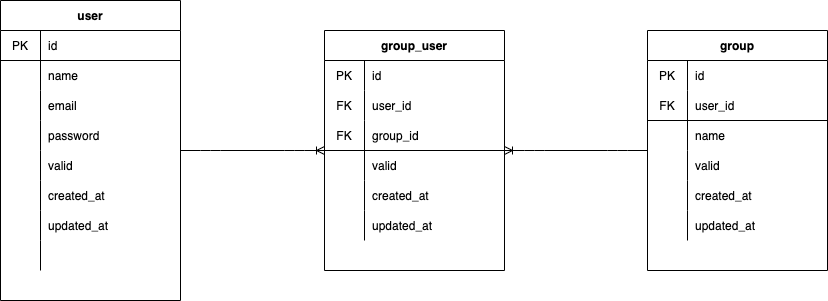
Reimei1213/ShareReport keeps this draw.io diagram as document/db/user.drawio.png. Above is the earlier version. Source tidied: cells renumbered, new cells last; positions are measured from the earlier drawing's top-left corner, leaving out a move shared by most shapes.
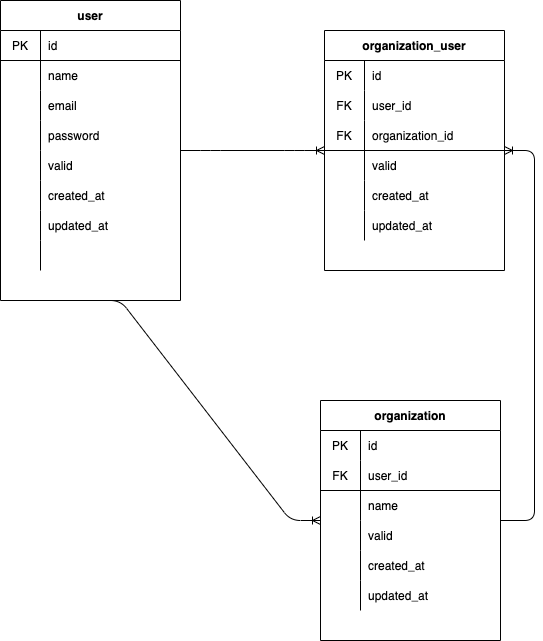
Later version of the same file.

Commit message:
[fix] #50 DBの設計図修正

Diff of the diagram source:
```diff
@@ -77,8 +77,8 @@
     <mxCell id="26" style="shape=partialRectangle;html=1;whiteSpace=wrap;fillColor=none;top=0;left=0;bottom=0;right=0;align=left;spacingLeft=6;overflow=hidden;" parent="24" vertex="1">
       <mxGeometry x="40" width="140" height="30" as="geometry" />
     </mxCell>
-    <mxCell id="27" value="group" style="shape=table;startSize=30;rowLines=0;fontStyle=1;align=center;" parent="1" vertex="1">
-      <mxGeometry x="647" y="30" width="180" height="240" as="geometry" />
+    <mxCell id="27" value="organization" style="shape=table;startSize=30;rowLines=0;fontStyle=1;align=center;" parent="1" vertex="1">
+      <mxGeometry x="320" y="400" width="180" height="240" as="geometry" />
     </mxCell>
     <mxCell id="28" style="shape=partialRectangle;html=1;whiteSpace=wrap;fillColor=none;top=0;left=0;bottom=1;right=0;strokeColor=none;" parent="27" vertex="1">
       <mxGeometry y="30" width="180" height="30" as="geometry" />
@@ -140,7 +140,7 @@
     <mxCell id="47" style="edgeStyle=entityRelationEdgeStyle;fontSize=12;html=1;endArrow=ERoneToMany;" parent="1" edge="1" source="27" target="48">
       <mxGeometry relative="1" as="geometry" />
     </mxCell>
-    <mxCell id="48" value="group_user" style="shape=table;startSize=30;rowLines=0;fontStyle=1;align=center;" parent="1" vertex="1">
+    <mxCell id="48" value="organization_user" style="shape=table;startSize=30;rowLines=0;fontStyle=1;align=center;" parent="1" vertex="1">
       <mxGeometry x="324" y="30" width="180" height="240" as="geometry" />
     </mxCell>
     <mxCell id="49" style="shape=partialRectangle;html=1;whiteSpace=wrap;fillColor=none;top=0;left=0;bottom=1;right=0;strokeColor=none;" parent="48" vertex="1">
@@ -167,7 +167,7 @@
     <mxCell id="56" value="FK" style="shape=partialRectangle;html=1;whiteSpace=wrap;fillColor=none;top=0;left=0;bottom=0;right=0;overflow=hidden;" parent="55" vertex="1">
       <mxGeometry width="40" height="30" as="geometry" />
     </mxCell>
-    <mxCell id="57" value="group_id" style="shape=partialRectangle;html=1;whiteSpace=wrap;fillColor=none;top=0;left=0;bottom=0;right=0;align=left;spacingLeft=6;overflow=hidden;" parent="55" vertex="1">
+    <mxCell id="57" value="&lt;div style=&quot;text-align: center&quot;&gt;&lt;span&gt;organization_id&lt;/span&gt;&lt;/div&gt;" style="shape=partialRectangle;html=1;whiteSpace=wrap;fillColor=none;top=0;left=0;bottom=0;right=0;align=left;spacingLeft=6;overflow=hidden;" parent="55" vertex="1">
       <mxGeometry x="40" width="140" height="30" as="geometry" />
     </mxCell>
     <mxCell id="58" style="shape=partialRectangle;html=1;whiteSpace=wrap;fillColor=none;top=0;left=0;bottom=0;right=0;" parent="48" vertex="1">
@@ -197,5 +197,8 @@
     <mxCell id="66" value="updated_at" style="shape=partialRectangle;html=1;whiteSpace=wrap;fillColor=none;top=0;left=0;bottom=0;right=0;align=left;spacingLeft=6;overflow=hidden;" parent="64" vertex="1">
       <mxGeometry x="40" width="140" height="30" as="geometry" />
     </mxCell>
+    <mxCell id="67" style="edgeStyle=entityRelationEdgeStyle;fontSize=12;html=1;endArrow=ERoneToMany;exitX=0.5;exitY=1;exitDx=0;exitDy=0;" parent="1" edge="1" source="2" target="27">
+      <mxGeometry relative="1" as="geometry" />
+    </mxCell>
   </root>
 </mxGraphModel>
```
